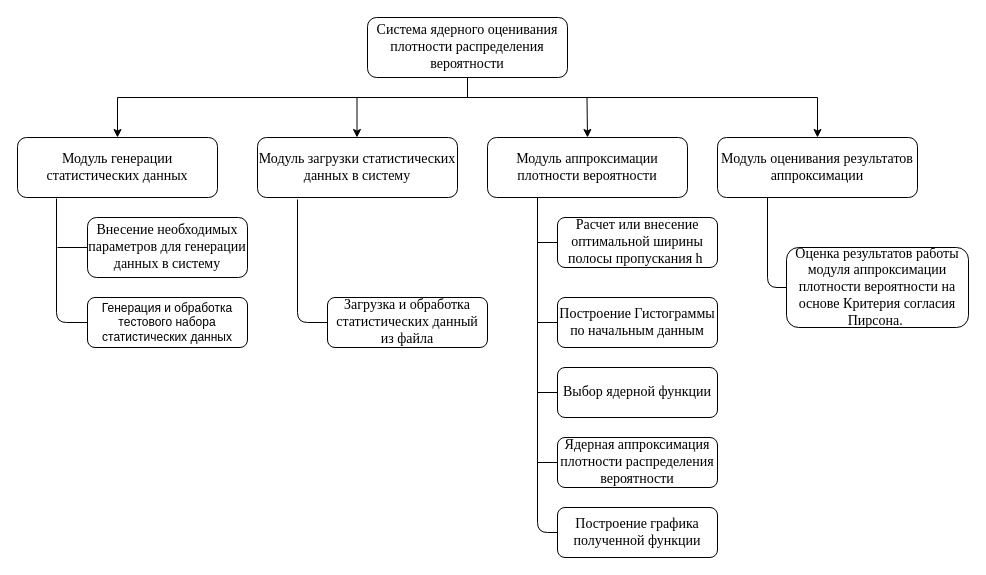
Before: Untitled Diagram.drawio in RostislavOl/schemas, a draw.io diagram. Source tidied: cells renumbered, new cells numbered last; positions are measured from the earlier drawing's top-left corner, leaving out a move shared by most shapes. Both pictures are drawn from the tidied source at 100%, with x=0, y=0 at pixel (17, 17).
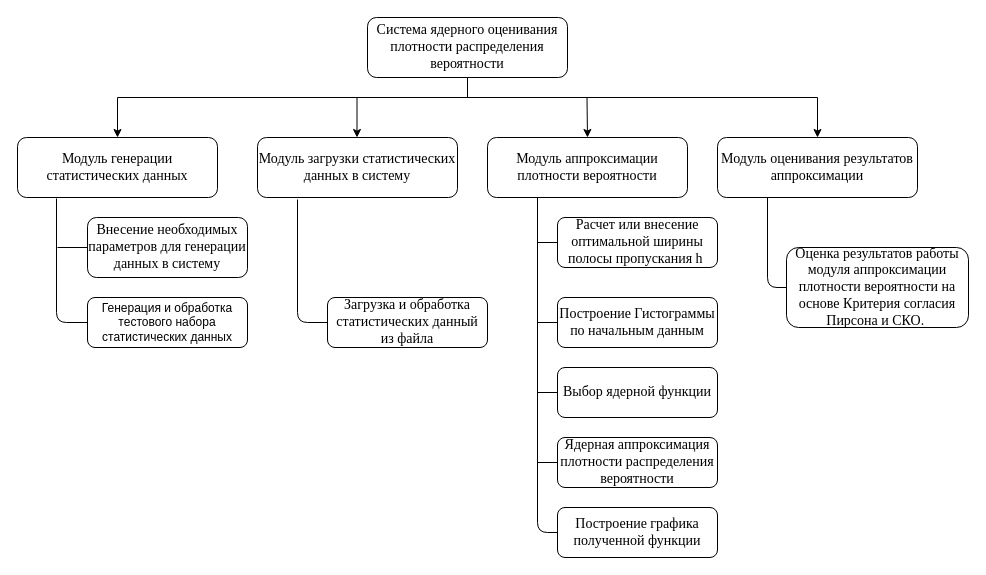
The same page after the edit.

Diff of the diagram source:
```diff
@@
-    <mxCell id="22" value="&lt;div style=&quot;text-align: center&quot;&gt;&lt;span style=&quot;font-size: 14px ; font-family: &amp;#34;times new roman&amp;#34;&quot;&gt;Оценка результатов работы модуля аппроксимации плотности вероятности на основе Критерия согласия Пирсона.&amp;nbsp;&lt;/span&gt;&lt;/div&gt;" style="rounded=1;whiteSpace=wrap;html=1;" parent="1" vertex="1">
+    <mxCell id="22" value="&lt;div style=&quot;text-align: center&quot;&gt;&lt;span style=&quot;font-size: 14px ; font-family: &amp;#34;times new roman&amp;#34;&quot;&gt;Оценка результатов работы модуля аппроксимации плотности вероятности на основе Критерия согласия Пирсона и СКО.&amp;nbsp;&lt;/span&gt;&lt;/div&gt;" style="rounded=1;whiteSpace=wrap;html=1;" parent="1" vertex="1">
       <mxGeometry x="769" y="230" width="182" height="80" as="geometry" />
     </mxCell>
```
